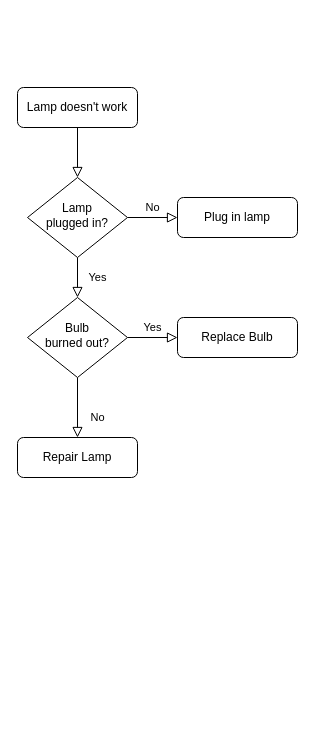
LinHoi/conf keeps this draw.io diagram as 1.drawio. Above is the earlier version. Source tidied: cells renumbered, new cells numbered last; positions are measured from the earlier drawing's top-left corner, leaving out a move shared by most shapes. Both pictures are drawn from the tidied source at 100%, with x=0, y=0 at pixel (17, 87).
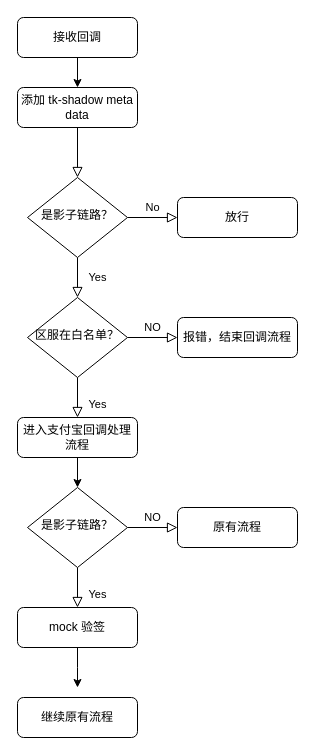
After the change.

Diff of the diagram source:
```diff
@@
-    <mxCell id="3" value="Lamp doesn't work" style="rounded=1;whiteSpace=wrap;html=1;fontSize=12;glass=0;strokeWidth=1;shadow=0;" parent="1" vertex="1">
+    <mxCell id="3" value="添加 tk-shadow meta data" style="rounded=1;whiteSpace=wrap;html=1;fontSize=12;glass=0;strokeWidth=1;shadow=0;" parent="1" vertex="1">
       <mxGeometry width="120" height="40" as="geometry" />
     </mxCell>
@@
-    <mxCell id="6" value="Lamp&lt;br&gt;plugged in?" style="rhombus;whiteSpace=wrap;html=1;shadow=0;fontFamily=Helvetica;fontSize=12;align=center;strokeWidth=1;spacing=6;spacingTop=-4;" parent="1" vertex="1">
+    <mxCell id="6" value="是影子链路？" style="rhombus;whiteSpace=wrap;html=1;shadow=0;fontFamily=Helvetica;fontSize=12;align=center;strokeWidth=1;spacing=6;spacingTop=-4;" parent="1" vertex="1">
       <mxGeometry x="10" y="90" width="100" height="80" as="geometry" />
     </mxCell>
-    <mxCell id="7" value="Plug in lamp" style="rounded=1;whiteSpace=wrap;html=1;fontSize=12;glass=0;strokeWidth=1;shadow=0;" parent="1" vertex="1">
+    <mxCell id="7" value="放行" style="rounded=1;whiteSpace=wrap;html=1;fontSize=12;glass=0;strokeWidth=1;shadow=0;" parent="1" vertex="1">
       <mxGeometry x="160" y="110" width="120" height="40" as="geometry" />
     </mxCell>
-    <mxCell id="8" value="No" style="rounded=0;html=1;jettySize=auto;fontSize=11;endArrow=block;endFill=0;endSize=8;strokeWidth=1;shadow=0;labelBackgroundColor=none;edgeStyle=orthogonalEdgeStyle;" parent="1" edge="1" source="10" target="11">
+    <mxCell id="8" value="Yes" style="rounded=0;html=1;jettySize=auto;fontSize=11;endArrow=block;endFill=0;endSize=8;strokeWidth=1;shadow=0;labelBackgroundColor=none;edgeStyle=orthogonalEdgeStyle;" parent="1" edge="1" source="10" target="11">
       <mxGeometry x="0.33" y="20" relative="1" as="geometry" />
     </mxCell>
-    <mxCell id="9" value="Yes" style="edgeStyle=orthogonalEdgeStyle;rounded=0;html=1;jettySize=auto;fontSize=11;endArrow=block;endFill=0;endSize=8;strokeWidth=1;shadow=0;labelBackgroundColor=none;" parent="1" edge="1" source="10" target="12">
+    <mxCell id="9" value="NO" style="edgeStyle=orthogonalEdgeStyle;rounded=0;html=1;jettySize=auto;fontSize=11;endArrow=block;endFill=0;endSize=8;strokeWidth=1;shadow=0;labelBackgroundColor=none;" parent="1" edge="1" source="10" target="12">
       <mxGeometry y="10" relative="1" as="geometry" />
     </mxCell>
-    <mxCell id="10" value="Bulb&lt;br&gt;burned out?" style="rhombus;whiteSpace=wrap;html=1;shadow=0;fontFamily=Helvetica;fontSize=12;align=center;strokeWidth=1;spacing=6;spacingTop=-4;" parent="1" vertex="1">
+    <mxCell id="10" value="区服在白名单？" style="rhombus;whiteSpace=wrap;html=1;shadow=0;fontFamily=Helvetica;fontSize=12;align=center;strokeWidth=1;spacing=6;spacingTop=-4;" parent="1" vertex="1">
       <mxGeometry x="10" y="210" width="100" height="80" as="geometry" />
     </mxCell>
+    <mxCell id="13" style="edgeStyle=orthogonalEdgeStyle;rounded=0;jettySize=auto;html=1;exitX=0.5;exitY=1;exitDx=0;exitDy=0;entryX=0.5;entryY=0;entryDx=0;entryDy=0;" parent="1" edge="1" source="11" target="18">
+      <mxGeometry relative="1" as="geometry" />
+    </mxCell>
-    <mxCell id="11" value="Repair Lamp" style="rounded=1;whiteSpace=wrap;html=1;fontSize=12;glass=0;strokeWidth=1;shadow=0;" parent="1" vertex="1">
-      <mxGeometry y="350" width="120" height="40" as="geometry" />
+    <mxCell id="11" value="进入支付宝回调处理流程" style="rounded=1;whiteSpace=wrap;html=1;fontSize=12;glass=0;strokeWidth=1;shadow=0;" parent="1" vertex="1">
+      <mxGeometry y="330" width="120" height="40" as="geometry" />
     </mxCell>
-    <mxCell id="12" value="Replace Bulb" style="rounded=1;whiteSpace=wrap;html=1;fontSize=12;glass=0;strokeWidth=1;shadow=0;" parent="1" vertex="1">
+    <mxCell id="12" value="报错，结束回调流程" style="rounded=1;whiteSpace=wrap;html=1;fontSize=12;glass=0;strokeWidth=1;shadow=0;" parent="1" vertex="1">
       <mxGeometry x="160" y="230" width="120" height="40" as="geometry" />
     </mxCell>
+    <mxCell id="14" style="edgeStyle=orthogonalEdgeStyle;rounded=0;jettySize=auto;html=1;entryX=0.5;entryY=0;entryDx=0;entryDy=0;" parent="1" edge="1" source="15" target="3">
+      <mxGeometry relative="1" as="geometry" />
+    </mxCell>
+    <mxCell id="15" value="接收回调" style="rounded=1;whiteSpace=wrap;html=1;fontSize=12;glass=0;strokeWidth=1;shadow=0;" parent="1" vertex="1">
+      <mxGeometry y="-70" width="120" height="40" as="geometry" />
+    </mxCell>
+    <mxCell id="16" value="Yes" style="rounded=0;html=1;jettySize=auto;fontSize=11;endArrow=block;endFill=0;endSize=8;strokeWidth=1;shadow=0;labelBackgroundColor=none;edgeStyle=orthogonalEdgeStyle;" parent="1" edge="1" source="18" target="20">
+      <mxGeometry x="0.33" y="20" relative="1" as="geometry" />
+    </mxCell>
+    <mxCell id="17" value="NO" style="edgeStyle=orthogonalEdgeStyle;rounded=0;html=1;jettySize=auto;fontSize=11;endArrow=block;endFill=0;endSize=8;strokeWidth=1;shadow=0;labelBackgroundColor=none;" parent="1" edge="1" source="18" target="21">
+      <mxGeometry y="10" relative="1" as="geometry" />
+    </mxCell>
+    <mxCell id="18" value="是影子链路？" style="rhombus;whiteSpace=wrap;html=1;shadow=0;fontFamily=Helvetica;fontSize=12;align=center;strokeWidth=1;spacing=6;spacingTop=-4;" parent="1" vertex="1">
+      <mxGeometry x="10" y="400" width="100" height="80" as="geometry" />
+    </mxCell>
+    <mxCell id="19" style="edgeStyle=orthogonalEdgeStyle;rounded=0;jettySize=auto;html=1;exitX=0.5;exitY=1;exitDx=0;exitDy=0;" parent="1" edge="1" source="20">
+      <mxGeometry relative="1" as="geometry">
+        <mxPoint x="60" y="600" as="targetPoint" />
+      </mxGeometry>
+    </mxCell>
+    <mxCell id="20" value="mock 验签" style="rounded=1;whiteSpace=wrap;html=1;fontSize=12;glass=0;strokeWidth=1;shadow=0;" parent="1" vertex="1">
+      <mxGeometry y="520" width="120" height="40" as="geometry" />
+    </mxCell>
+    <mxCell id="21" value="原有流程" style="rounded=1;whiteSpace=wrap;html=1;fontSize=12;glass=0;strokeWidth=1;shadow=0;" parent="1" vertex="1">
+      <mxGeometry x="160" y="420" width="120" height="40" as="geometry" />
+    </mxCell>
+    <mxCell id="22" value="继续原有流程" style="rounded=1;whiteSpace=wrap;html=1;fontSize=12;glass=0;strokeWidth=1;shadow=0;" parent="1" vertex="1">
+      <mxGeometry y="610" width="120" height="40" as="geometry" />
+    </mxCell>
```
